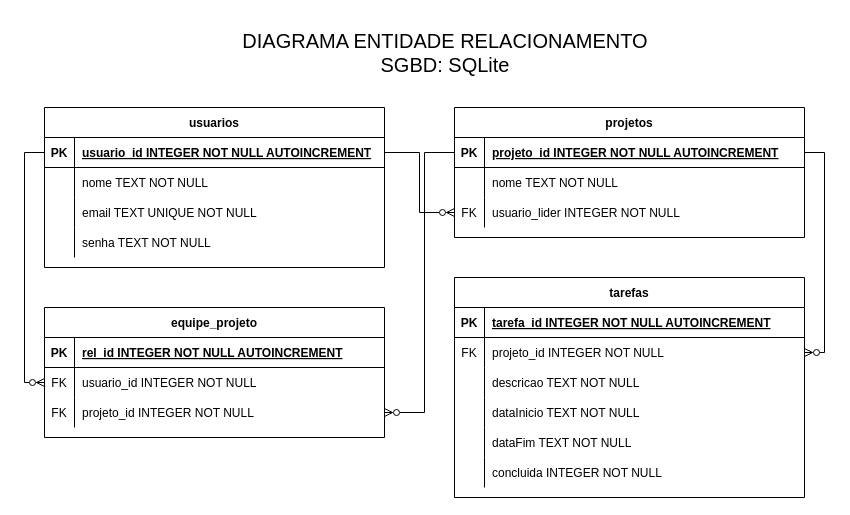
Earlier version of the draw.io diagram documents/DER.drawio (splantapot/atividade3_DSenai). Source tidied: cells renumbered, new cells numbered last; positions are measured from the earlier drawing's top-left corner, leaving out a move shared by most shapes. Both pictures are drawn from the tidied source at 100%, with x=0, y=0 at pixel (44, 17).
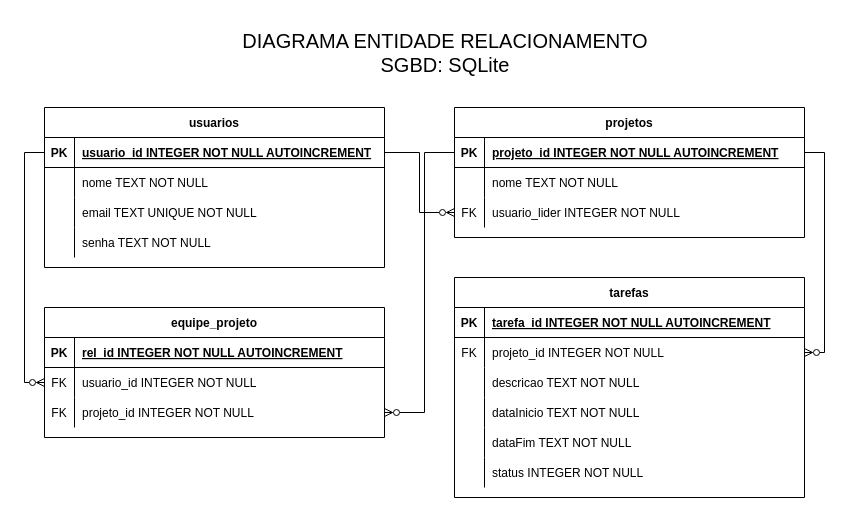
The same diagram, later.

Unchanged cells that the change refers to:
```xml
<mxCell id="28" style="shape=partialRectangle;fillColor=none;top=0;left=0;right=0;bottom=0;" parent="12" vertex="1">
  <mxGeometry y="180" width="350" height="30" as="geometry" />
</mxCell>
```

Change to the diagram source:
```diff
@@
-    <mxCell id="30" value="concluida INTEGER NOT NULL" style="shape=partialRectangle;overflow=hidden;fillColor=none;top=0;left=0;bottom=0;right=0;align=left;spacingLeft=6;" parent="28" vertex="1">
+    <mxCell id="30" value="status INTEGER NOT NULL" style="shape=partialRectangle;overflow=hidden;fillColor=none;top=0;left=0;bottom=0;right=0;align=left;spacingLeft=6;" parent="28" vertex="1">
       <mxGeometry x="30" width="320" height="30" as="geometry" />
     </mxCell>
```
